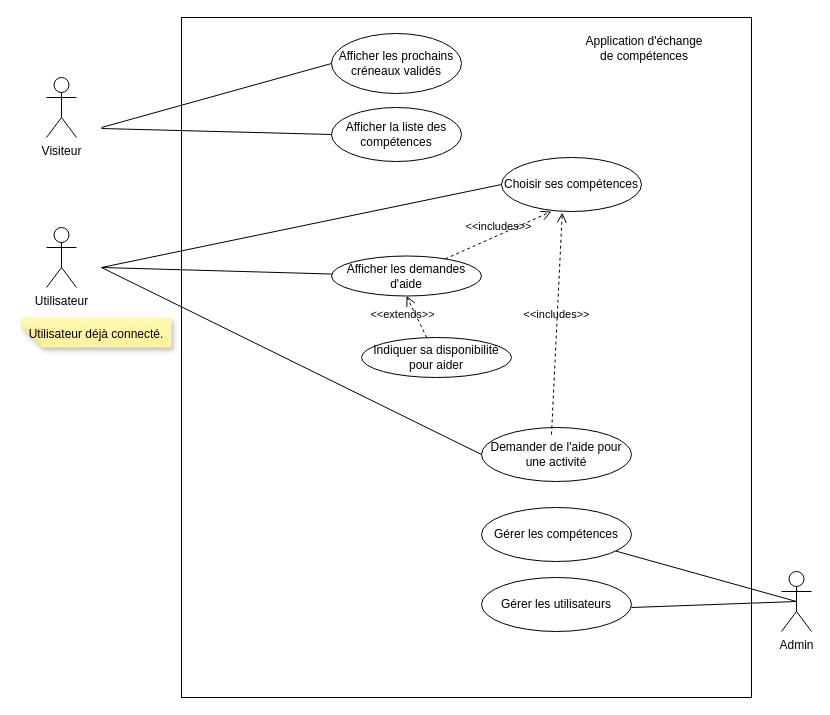
Earlier version of the draw.io diagram docs/evaldjango_use_cases.drawio (severinehmfms/evaldjango). Source tidied: cells renumbered, new cells numbered last; positions are measured from the earlier drawing's top-left corner, leaving out a move shared by most shapes. Both pictures are drawn from the tidied source at 100%, with x=0, y=0 at pixel (21, 17).
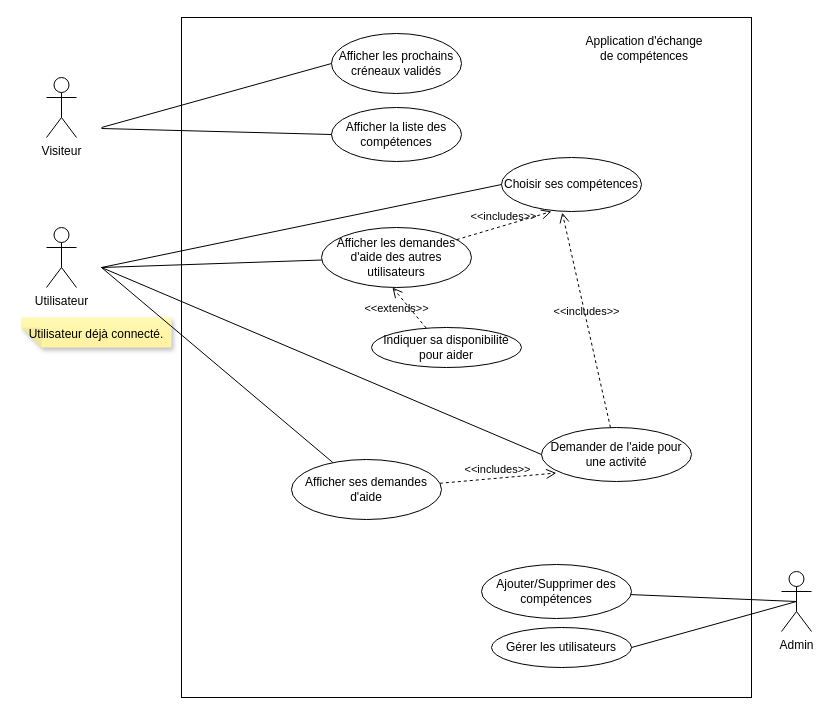
Above is the later version.

Commit message (it also covers changes not shown here):
Modification diagramme use cases

The change refers to these unchanged cells:
```xml
<mxCell id="8" value="Choisir ses compétences" style="ellipse;whiteSpace=wrap;html=1;" parent="1" vertex="1">
  <mxGeometry x="480" y="140" width="140" height="54" as="geometry" />
</mxCell>
<mxCell id="20" value="Admin" style="shape=umlActor;verticalLabelPosition=bottom;verticalAlign=top;html=1;outlineConnect=0;labelPerimeter=1;" parent="1" vertex="1">
  <mxGeometry x="760" y="554" width="30" height="60" as="geometry" />
</mxCell>
```

Diff of the diagram source:
```diff
@@
     <mxCell id="11" value="Demander de l'aide pour une activité" style="ellipse;whiteSpace=wrap;html=1;" parent="1" vertex="1">
-      <mxGeometry x="460" y="410" width="150" height="54" as="geometry" />
+      <mxGeometry x="520" y="410" width="150" height="54" as="geometry" />
     </mxCell>
@@
-    <mxCell id="13" value="&amp;lt;&amp;lt;extends&amp;gt;&amp;gt;" style="endArrow=open;startArrow=none;endFill=0;startFill=0;endSize=8;html=1;verticalAlign=bottom;dashed=1;labelBackgroundColor=none;rounded=0;entryX=0.5;entryY=1;entryDx=0;entryDy=0;" parent="1" edge="1" source="17" target="15">
-      <mxGeometry x="0.01" y="16" relative="1" as="geometry" />
+    <mxCell id="13" value="&amp;lt;&amp;lt;extends&amp;gt;&amp;gt;" style="endArrow=open;startArrow=none;endFill=0;startFill=0;endSize=8;html=1;verticalAlign=bottom;dashed=1;labelBackgroundColor=none;rounded=0;entryX=0.5;entryY=1;entryDx=0;entryDy=0;" parent="1" edge="1">
+      <mxGeometry x="0.01" y="16" relative="1" as="geometry">
+        <mxPoint x="404.7" y="310.5" as="sourcePoint" />
+        <mxPoint x="371" y="270" as="targetPoint" />
+      </mxGeometry>
     </mxCell>
@@
-    <mxCell id="15" value="Afficher les demandes d'aide" style="ellipse;whiteSpace=wrap;html=1;" parent="1" vertex="1">
-      <mxGeometry x="310" y="238.5" width="150" height="40" as="geometry" />
+    <mxCell id="15" value="Afficher les demandes d'aide des autres utilisateurs" style="ellipse;whiteSpace=wrap;html=1;" parent="1" vertex="1">
+      <mxGeometry x="300" y="210" width="150" height="60" as="geometry" />
     </mxCell>
@@
     <mxCell id="17" value="Indiquer sa disponibilité pour aider" style="ellipse;whiteSpace=wrap;html=1;" parent="1" vertex="1">
-      <mxGeometry x="340" y="320" width="150" height="40" as="geometry" />
+      <mxGeometry x="350" y="310" width="150" height="40" as="geometry" />
     </mxCell>
@@
-    <mxCell id="19" value="&amp;lt;&amp;lt;includes&amp;gt;&amp;gt;" style="endArrow=open;startArrow=none;endFill=0;startFill=0;endSize=8;html=1;verticalAlign=bottom;dashed=1;labelBackgroundColor=none;rounded=0;entryX=0.434;entryY=1.021;entryDx=0;entryDy=0;entryPerimeter=0;" parent="1" edge="1" target="8">
-      <mxGeometry relative="1" as="geometry">
-        <mxPoint x="530" y="417" as="sourcePoint" />
-      </mxGeometry>
+    <mxCell id="19" value="&amp;lt;&amp;lt;includes&amp;gt;&amp;gt;" style="endArrow=open;startArrow=none;endFill=0;startFill=0;endSize=8;html=1;verticalAlign=bottom;dashed=1;labelBackgroundColor=none;rounded=0;entryX=0.434;entryY=1.021;entryDx=0;entryDy=0;entryPerimeter=0;" parent="1" edge="1" source="11" target="8">
+      <mxGeometry relative="1" as="geometry" />
     </mxCell>
@@
-    <mxCell id="21" value="Gérer les compétences" style="ellipse;whiteSpace=wrap;html=1;" parent="1" vertex="1">
-      <mxGeometry x="460" y="490" width="150" height="54" as="geometry" />
+    <mxCell id="21" value="Ajouter/Supprimer des compétences" style="ellipse;whiteSpace=wrap;html=1;" parent="1" vertex="1">
+      <mxGeometry x="460" y="547" width="150" height="54" as="geometry" />
     </mxCell>
     <mxCell id="22" value="Gérer les utilisateurs" style="ellipse;whiteSpace=wrap;html=1;" parent="1" vertex="1">
-      <mxGeometry x="460" y="560" width="150" height="54" as="geometry" />
+      <mxGeometry x="470" y="610" width="140" height="40" as="geometry" />
     </mxCell>
@@
-    <mxCell id="24" style="endArrow=none;html=1;rounded=0;entryX=0.5;entryY=0.5;entryDx=0;entryDy=0;entryPerimeter=0;" parent="1" edge="1" target="20">
-      <mxGeometry relative="1" as="geometry">
-        <mxPoint x="610" y="590" as="sourcePoint" />
-      </mxGeometry>
+    <mxCell id="24" style="endArrow=none;html=1;rounded=0;entryX=0.5;entryY=0.5;entryDx=0;entryDy=0;entryPerimeter=0;exitX=1;exitY=0.5;exitDx=0;exitDy=0;" parent="1" edge="1" source="22" target="20">
+      <mxGeometry relative="1" as="geometry" />
     </mxCell>
@@
+    <mxCell id="26" value="Afficher ses demandes d'aide" style="ellipse;whiteSpace=wrap;html=1;" parent="1" vertex="1">
+      <mxGeometry x="270" y="442" width="150" height="60" as="geometry" />
+    </mxCell>
+    <mxCell id="27" style="endArrow=none;html=1;rounded=0;entryX=0.275;entryY=0.049;entryDx=0;entryDy=0;entryPerimeter=0;" parent="1" edge="1" target="26">
+      <mxGeometry relative="1" as="geometry">
+        <mxPoint x="80" y="250" as="sourcePoint" />
+      </mxGeometry>
+    </mxCell>
+    <mxCell id="28" value="&amp;lt;&amp;lt;includes&amp;gt;&amp;gt;" style="endArrow=open;startArrow=none;endFill=0;startFill=0;endSize=8;html=1;verticalAlign=bottom;dashed=1;labelBackgroundColor=none;rounded=0;entryX=0.099;entryY=0.843;entryDx=0;entryDy=0;entryPerimeter=0;" parent="1" edge="1" source="26" target="11">
+      <mxGeometry relative="1" as="geometry" />
+    </mxCell>
```
